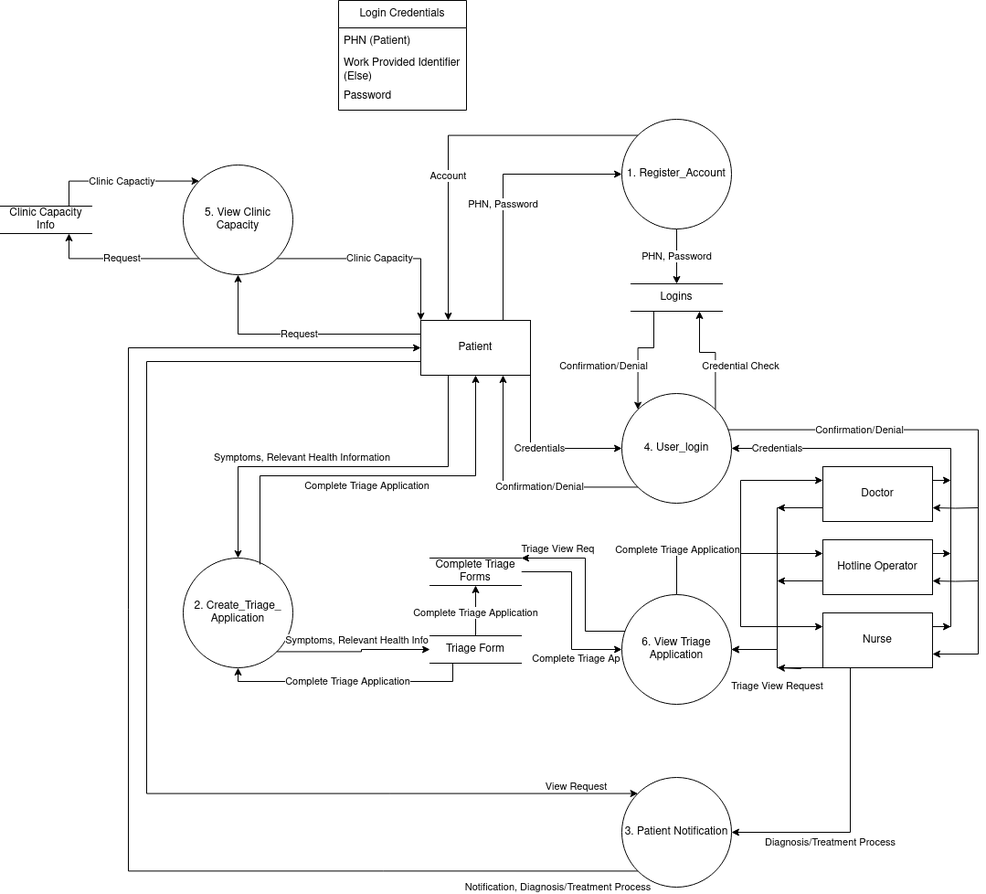
SENG-350-2024-fall/Team5 keeps this draw.io diagram as Milestone2/Diagrams/pngs/DFD1.drawio.png. Above is the earlier version. Source tidied: cells renumbered, new cells last; positions are measured from the earlier drawing's top-left corner, leaving out a move shared by most shapes.
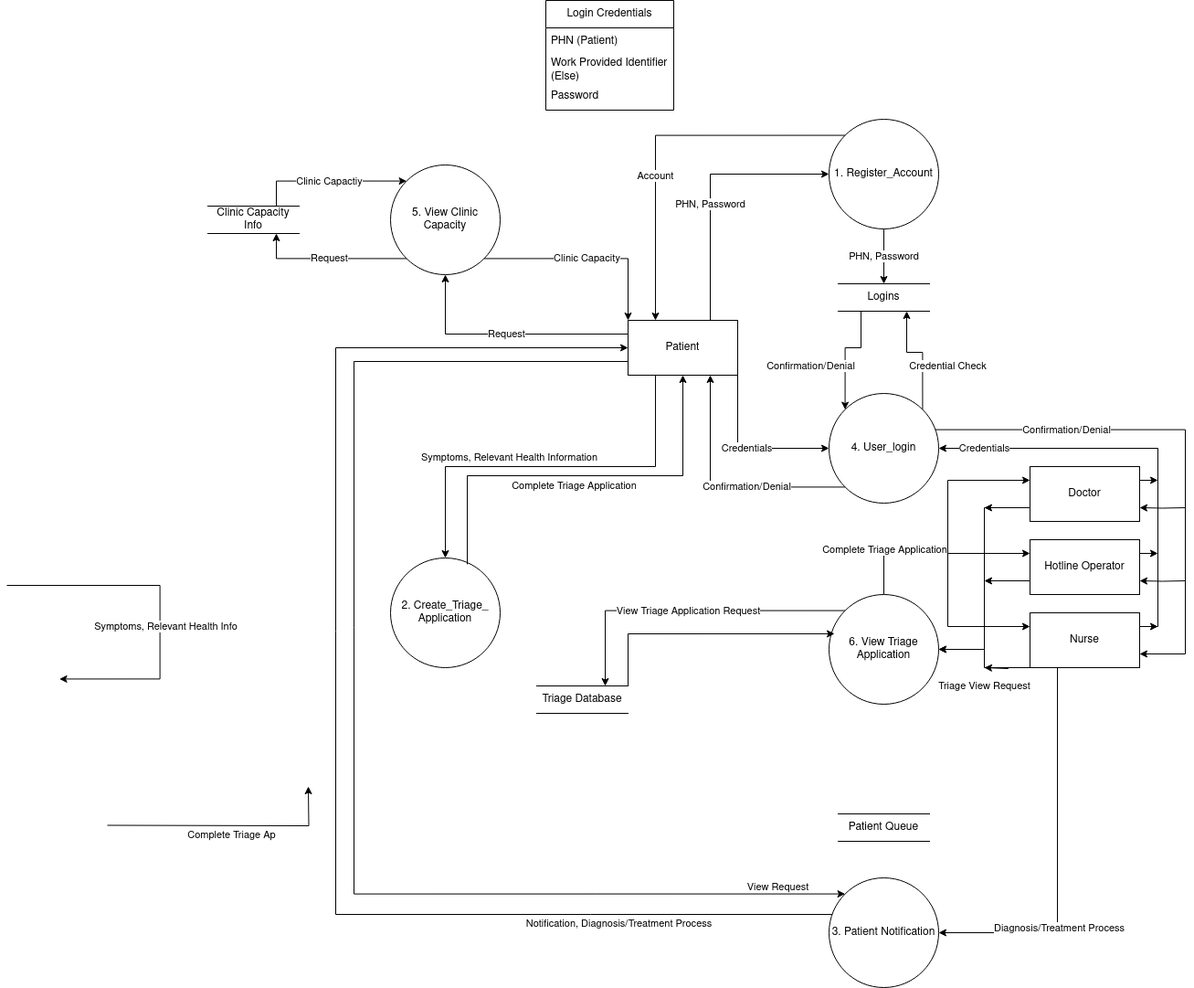
After the commit.

What changed in the source:
```diff
@@ -15,7 +15,7 @@
       <mxGeometry x="0.9" y="8" relative="1" as="geometry">
         <Array as="points">
           <mxPoint x="160" y="395" />
-          <mxPoint x="160" y="868" />
+          <mxPoint x="160" y="978" />
         </Array>
       </mxGeometry>
     </mxCell>
@@ -104,15 +104,16 @@
       <mxGeometry x="200" y="610" width="120" height="120" as="geometry" />
     </mxCell>
     <mxCell id="27" value="Notification, Diagnosis/Treatment Process" style="edgeStyle=orthogonalEdgeStyle;rounded=0;jettySize=auto;html=1;exitX=0;exitY=1;exitDx=0;exitDy=0;entryX=0;entryY=0.5;entryDx=0;entryDy=0;" parent="1" edge="1" source="28" target="7">
-      <mxGeometry x="-0.88" y="18" relative="1" as="geometry">
+      <mxGeometry x="-0.6" y="10" relative="1" as="geometry">
         <Array as="points">
-          <mxPoint x="140" y="952" />
+          <mxPoint x="698" y="1000" />
+          <mxPoint x="140" y="1000" />
           <mxPoint x="140" y="380" />
         </Array>
       </mxGeometry>
     </mxCell>
     <mxCell id="28" value="3. Patient Notification" style="ellipse;whiteSpace=wrap;html=1;" parent="1" vertex="1">
-      <mxGeometry x="680" y="850" width="120" height="120" as="geometry" />
+      <mxGeometry x="680" y="960" width="120" height="120" as="geometry" />
     </mxCell>
     <mxCell id="29" value="Clinic Capacity" style="edgeStyle=orthogonalEdgeStyle;rounded=0;jettySize=auto;html=1;exitX=1;exitY=1;exitDx=0;exitDy=0;entryX=0;entryY=0;entryDx=0;entryDy=0;" parent="1" edge="1" source="32" target="7">
       <mxGeometry relative="1" as="geometry" />
@@ -141,14 +142,8 @@
     <mxCell id="35" style="edgeStyle=orthogonalEdgeStyle;rounded=0;jettySize=auto;html=1;exitX=0;exitY=0.75;exitDx=0;exitDy=0;entryX=1;entryY=0.5;entryDx=0;entryDy=0;" parent="1" edge="1" source="25" target="37">
       <mxGeometry relative="1" as="geometry" />
     </mxCell>
-    <mxCell id="36" value="Triage View Req" style="edgeStyle=orthogonalEdgeStyle;rounded=0;jettySize=auto;html=1;exitX=0;exitY=0;exitDx=0;exitDy=0;entryX=1;entryY=0;entryDx=0;entryDy=0;" parent="1" edge="1" source="37" target="57">
-      <mxGeometry x="0.65" y="-10" relative="1" as="geometry">
-        <Array as="points">
-          <mxPoint x="698" y="690" />
-          <mxPoint x="640" y="690" />
-          <mxPoint x="640" y="610" />
-        </Array>
-      </mxGeometry>
+    <mxCell id="36" value="View Triage Application Request" style="edgeStyle=orthogonalEdgeStyle;rounded=0;jettySize=auto;html=1;exitX=0;exitY=0;exitDx=0;exitDy=0;entryX=0.75;entryY=0;entryDx=0;entryDy=0;" parent="1" edge="1" source="37" target="57">
+      <mxGeometry relative="1" as="geometry" />
     </mxCell>
     <mxCell id="37" value="6. View Triage Application" style="ellipse;whiteSpace=wrap;html=1;" parent="1" vertex="1">
       <mxGeometry x="680" y="650" width="120" height="120" as="geometry" />
@@ -217,17 +212,13 @@
     <mxCell id="49" value="Hotline Operator" style="rounded=0;whiteSpace=wrap;html=1;" parent="1" vertex="1">
       <mxGeometry x="900" y="590" width="120" height="60" as="geometry" />
     </mxCell>
-    <mxCell id="50" value="Complete Triage Application" style="edgeStyle=orthogonalEdgeStyle;rounded=0;jettySize=auto;html=1;exitX=0.5;exitY=0;exitDx=0;exitDy=0;entryX=0.5;entryY=1;entryDx=0;entryDy=0;" parent="1" edge="1" source="52" target="57">
-      <mxGeometry x="-0.09" relative="1" as="geometry" />
-    </mxCell>
-    <mxCell id="51" value="Complete Triage Application" style="edgeStyle=orthogonalEdgeStyle;rounded=0;jettySize=auto;html=1;exitX=0.25;exitY=1;exitDx=0;exitDy=0;entryX=0.5;entryY=1;entryDx=0;entryDy=0;" parent="1" edge="1" source="52" target="26">
-      <mxGeometry relative="1" as="geometry" />
-    </mxCell>
-    <mxCell id="52" value="Triage Form" style="html=1;dashed=0;whiteSpace=wrap;shape=partialRectangle;right=0;left=0;" parent="1" vertex="1">
-      <mxGeometry x="470" y="695" width="100" height="30" as="geometry" />
-    </mxCell>
-    <mxCell id="53" value="Symptoms, Relevant Health Info" style="edgeStyle=orthogonalEdgeStyle;rounded=0;jettySize=auto;html=1;exitX=1;exitY=1;exitDx=0;exitDy=0;entryX=0;entryY=0.5;entryDx=0;entryDy=0;" parent="1" edge="1" source="26" target="52">
+    <mxCell id="53" value="Symptoms, Relevant Health Info" style="edgeStyle=orthogonalEdgeStyle;rounded=0;orthogonalLoop=1;jettySize=auto;html=1;exitX=1;exitY=0;exitDx=0;exitDy=0;entryX=0;entryY=0;entryDx=0;entryDy=0;" parent="1" edge="1">
       <mxGeometry x="0.12" y="11" relative="1" as="geometry">
+        <mxPoint x="-220" y="640" as="sourcePoint" />
+        <mxPoint x="-162.4" y="742.4" as="targetPoint" />
+        <Array as="points">
+          <mxPoint x="-52.4" y="640.4" />
+        </Array>
         <mxPoint x="-5" y="1" as="offset" />
       </mxGeometry>
     </mxCell>
@@ -244,14 +235,23 @@
         <mxPoint x="-350" y="-70" as="offset" />
       </mxGeometry>
     </mxCell>
-    <mxCell id="56" value="Complete Triage Ap" style="edgeStyle=orthogonalEdgeStyle;rounded=0;jettySize=auto;html=1;exitX=1;exitY=0.5;exitDx=0;exitDy=0;entryX=0;entryY=0.5;entryDx=0;entryDy=0;" parent="1" edge="1" source="57" target="37">
-      <mxGeometry x="0.49" y="-10" relative="1" as="geometry" />
+    <mxCell id="56" value="Complete Triage Ap" style="edgeStyle=orthogonalEdgeStyle;rounded=0;orthogonalLoop=1;jettySize=auto;html=1;exitX=1;exitY=0.75;exitDx=0;exitDy=0;entryX=0;entryY=0.5;entryDx=0;entryDy=0;" parent="1" edge="1">
+      <mxGeometry x="0.03" y="-10" relative="1" as="geometry">
+        <mxPoint x="-110" y="902.5" as="sourcePoint" />
+        <mxPoint x="110" y="860" as="targetPoint" />
+      </mxGeometry>
     </mxCell>
-    <mxCell id="57" value="Complete Triage Forms" style="html=1;dashed=0;whiteSpace=wrap;shape=partialRectangle;right=0;left=0;" parent="1" vertex="1">
-      <mxGeometry x="470" y="610" width="100" height="30" as="geometry" />
+    <mxCell id="57" value="Triage Database" style="html=1;dashed=0;whiteSpace=wrap;shape=partialRectangle;right=0;left=0;" parent="1" vertex="1">
+      <mxGeometry x="360" y="750" width="100" height="30" as="geometry" />
     </mxCell>
     <mxCell id="58" value="Clinic Capacity Info" style="html=1;dashed=0;whiteSpace=wrap;shape=partialRectangle;right=0;left=0;" parent="1" vertex="1">
       <mxGeometry y="225" width="100" height="30" as="geometry" />
     </mxCell>
+    <mxCell id="59" value="Patient Queue" style="html=1;dashed=0;whiteSpace=wrap;shape=partialRectangle;right=0;left=0;" parent="1" vertex="1">
+      <mxGeometry x="690" y="890" width="100" height="30" as="geometry" />
+    </mxCell>
+    <mxCell id="60" style="edgeStyle=orthogonalEdgeStyle;rounded=0;jettySize=auto;html=1;exitX=1;exitY=0;exitDx=0;exitDy=0;entryX=0.05;entryY=0.358;entryDx=0;entryDy=0;entryPerimeter=0;" parent="1" edge="1" source="57" target="37">
+      <mxGeometry relative="1" as="geometry" />
+    </mxCell>
   </root>
 </mxGraphModel>
```
